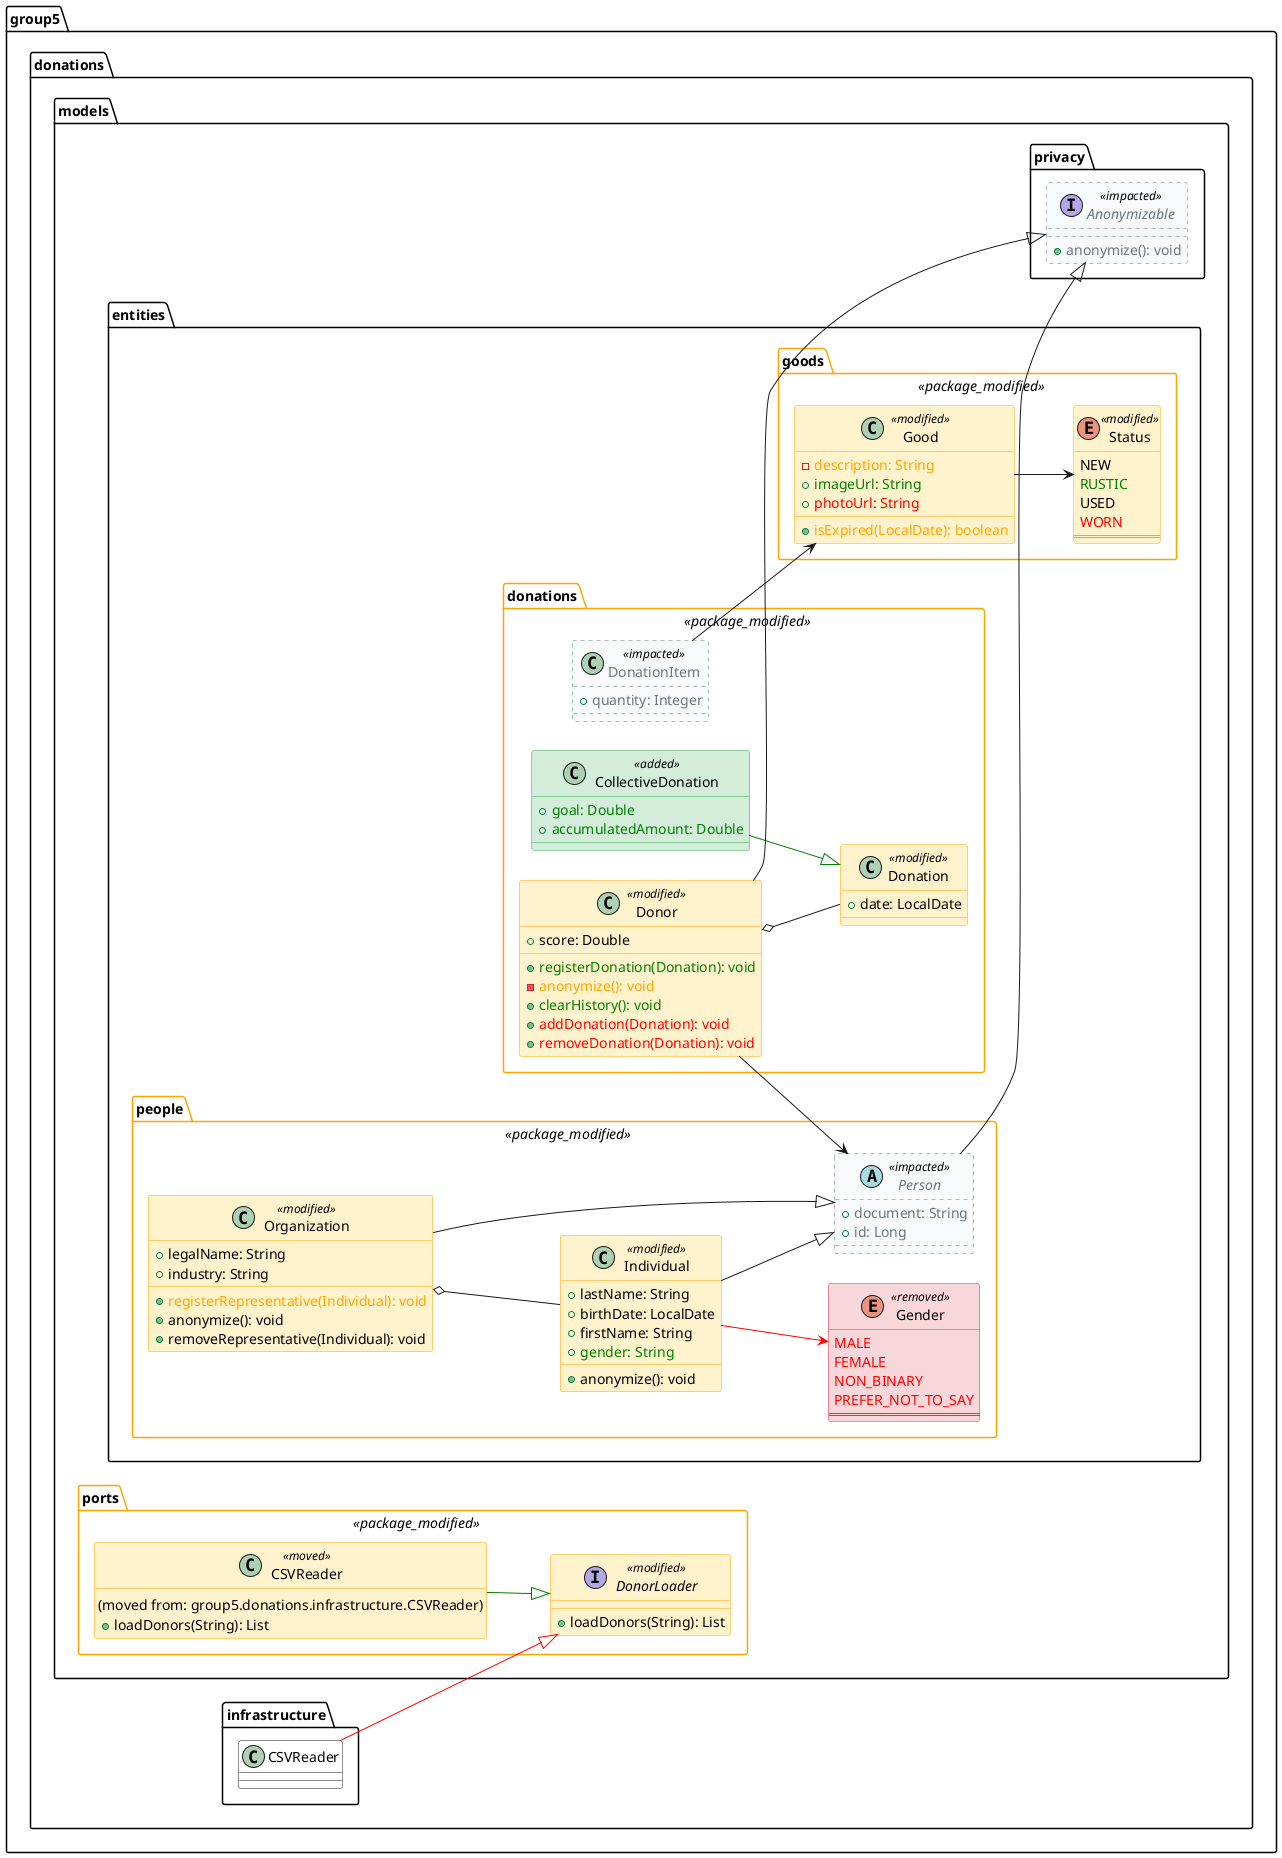
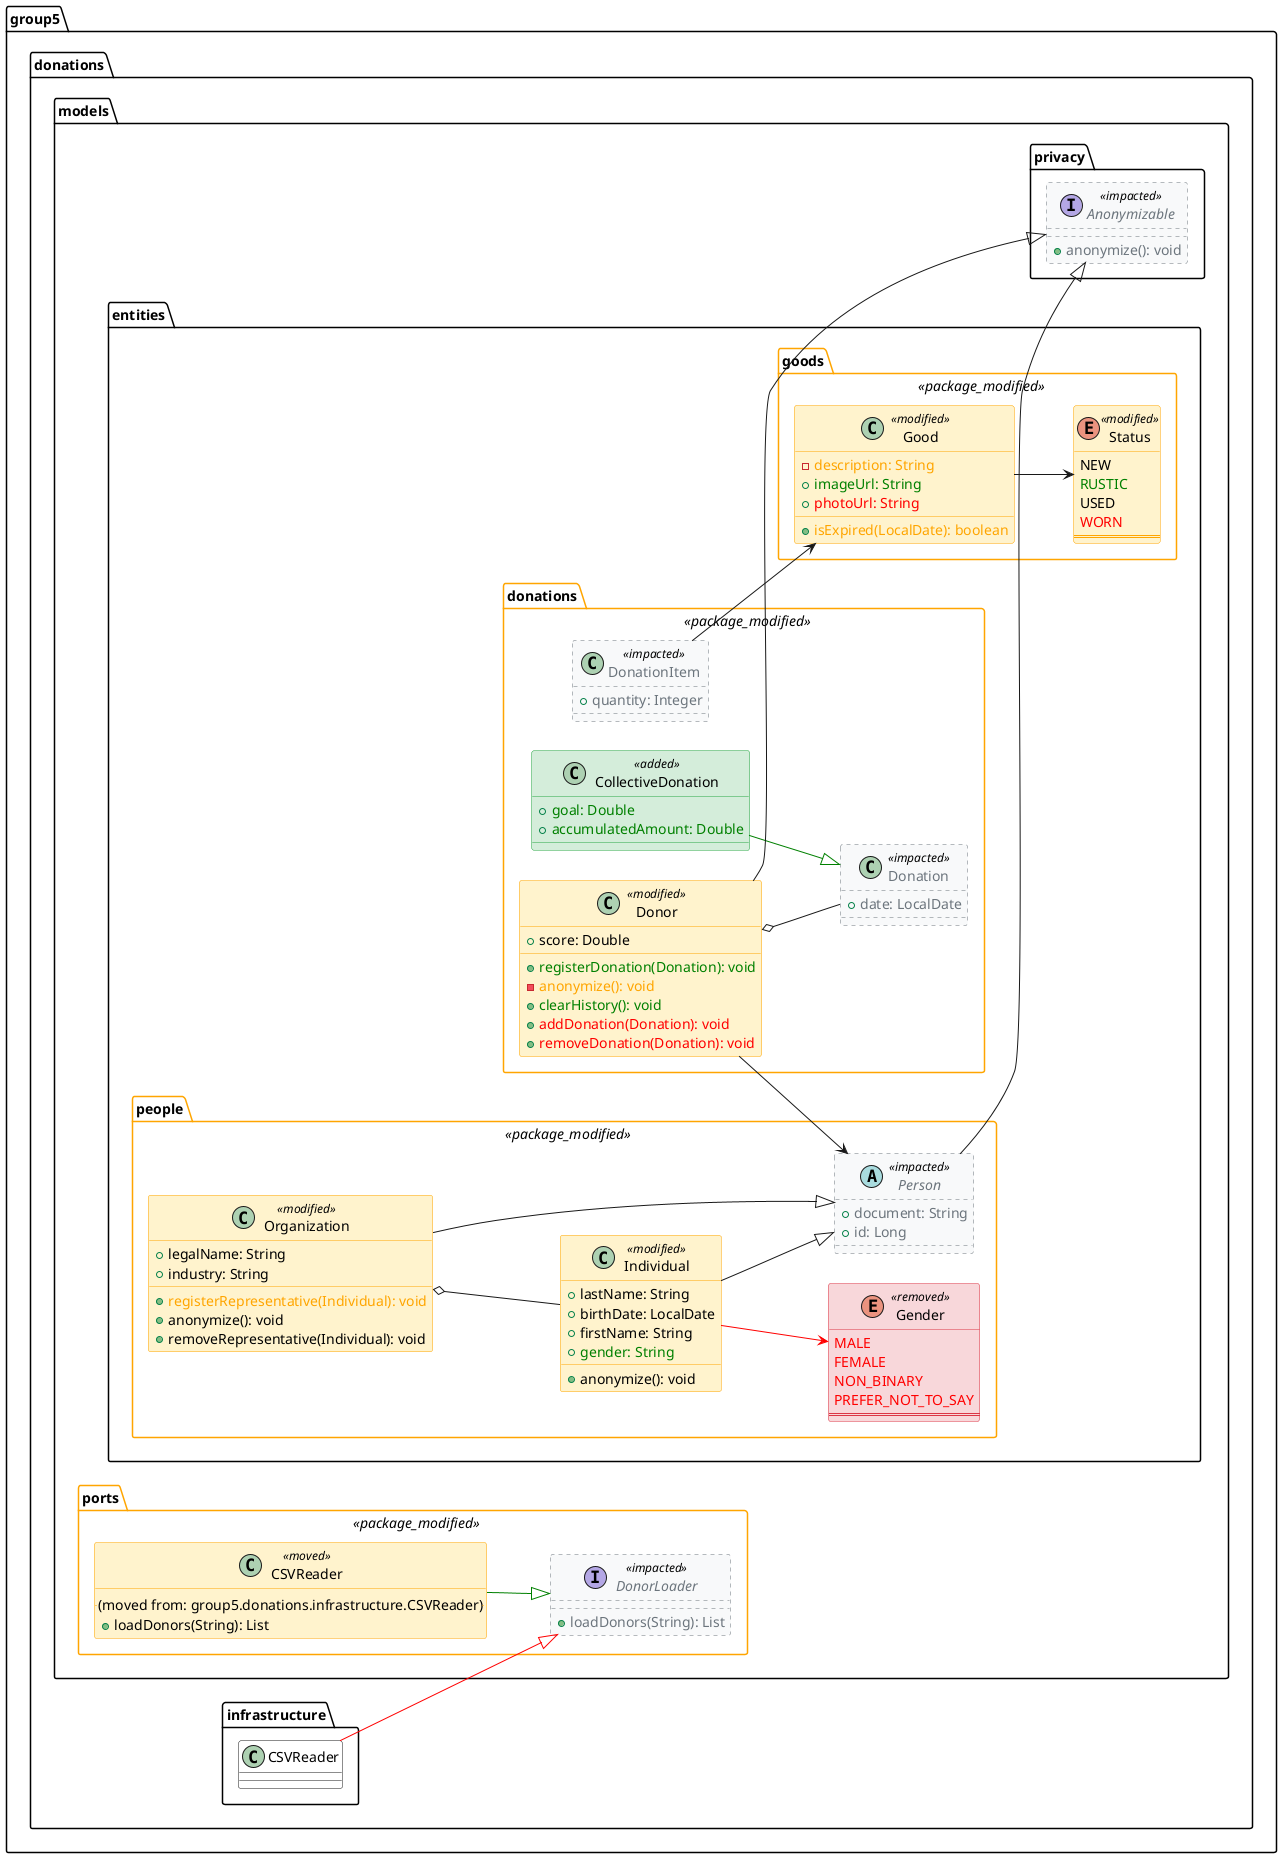
@startuml
left to right direction
skinparam linetype poly
skinparam nodesep 30
skinparam ranksep 30
skinparam packagePadding 8

<style>
  classDiagram {
    class {
      BackgroundColor transparent
      HeaderBackgroundColor transparent
      Shadowing 0
      FontName Arial
    }
    .added {
      BackgroundColor #D4EDDA
      LineColor #28A745
    }
    .removed {
      BackgroundColor #F8D7DA
      LineColor #DC3545
    }
    .modified {
      BackgroundColor #FFF3CD
      LineColor #FFA500
    }
    .moved {
      BackgroundColor #FFF3CD
      LineColor #FFA500
    }
    .impacted {
      BackgroundColor #F8F9FA
      LineColor #6C757D
      LineStyle 4
      FontColor #6C757D
    }
    .package_added {
      BackgroundColor #E8F5E9
      LineColor #28A745
    }
    .package_removed {
      BackgroundColor #FFEBEE
      LineColor #DC3545
    }
    .package_modified {
      BackgroundColor transparent
      LineColor #FFA500
    }
  }
</style>

package "group5.donations.models.entities.donations" <<package_modified>> {
class "CollectiveDonation" as group5.donations.models.entities.donations.CollectiveDonation <<added>> {
  + <color:green>goal: Double</color>
  + <color:green>accumulatedAmount: Double</color>
}
- class "Donation" as group5.donations.models.entities.donations.Donation <<modified>> {
+ class "Donation" as group5.donations.models.entities.donations.Donation <<impacted>> {
  + date: LocalDate
}
class "DonationItem" as group5.donations.models.entities.donations.DonationItem <<impacted>> {
  + quantity: Integer
}
class "Donor" as group5.donations.models.entities.donations.Donor <<modified>> {
  + score: Double
  + <color:green>registerDonation(Donation): void</color>
  - <color:orange>anonymize(): void</color>
  + <color:green>clearHistory(): void</color>
  + <color:red>addDonation(Donation): void</color>
  + <color:red>removeDonation(Donation): void</color>
}
}

package "group5.donations.models.entities.goods" <<package_modified>> {
class "Good" as group5.donations.models.entities.goods.Good <<modified>> {
  - <color:orange>description: String</color>
  + <color:green>imageUrl: String</color>
  + <color:red>photoUrl: String</color>
  + <color:orange>isExpired(LocalDate): boolean</color>
}
enum "Status" as group5.donations.models.entities.goods.Status <<modified>> {
  NEW
  <color:green>RUSTIC</color>
  USED
  <color:red>WORN</color>
  ==
}
}

package "group5.donations.models.entities.people" <<package_modified>> {
enum "Gender" as group5.donations.models.entities.people.Gender <<removed>> {
  <color:red>MALE</color>
  <color:red>FEMALE</color>
  <color:red>NON_BINARY</color>
  <color:red>PREFER_NOT_TO_SAY</color>
  ==
}
class "Individual" as group5.donations.models.entities.people.Individual <<modified>> {
  + lastName: String
  + birthDate: LocalDate
  + firstName: String
  + <color:green>gender: String</color>
  + anonymize(): void
}
class "Organization" as group5.donations.models.entities.people.Organization <<modified>> {
  + legalName: String
  + industry: String
  + <color:orange>registerRepresentative(Individual): void</color>
  + anonymize(): void
  + removeRepresentative(Individual): void
}
abstract class "Person" as group5.donations.models.entities.people.Person <<impacted>> {
  + document: String
  + id: Long
}
}

package "group5.donations.models.ports" <<package_modified>> {
class "CSVReader" as group5.donations.models.ports.CSVReader <<moved>> {
  .. (moved from: group5.donations.infrastructure.CSVReader) ..
  + loadDonors(String): List
}
- interface "DonorLoader" as group5.donations.models.ports.DonorLoader <<modified>> {
+ interface "DonorLoader" as group5.donations.models.ports.DonorLoader <<impacted>> {
  + loadDonors(String): List
}
}

package "group5.donations.models.privacy" {
interface "Anonymizable" as group5.donations.models.privacy.Anonymizable <<impacted>> {
  + anonymize(): void
}
}

group5.donations.infrastructure.CSVReader -[#red]-|> group5.donations.models.ports.DonorLoader
group5.donations.models.entities.donations.CollectiveDonation -[#green]-|> group5.donations.models.entities.donations.Donation
group5.donations.models.entities.donations.DonationItem --> group5.donations.models.entities.goods.Good
group5.donations.models.entities.donations.Donor o-- group5.donations.models.entities.donations.Donation
group5.donations.models.entities.donations.Donor --> group5.donations.models.entities.people.Person
group5.donations.models.entities.donations.Donor --|> group5.donations.models.privacy.Anonymizable
group5.donations.models.entities.goods.Good --> group5.donations.models.entities.goods.Status
group5.donations.models.entities.people.Individual -[#red]-> group5.donations.models.entities.people.Gender
group5.donations.models.entities.people.Individual --|> group5.donations.models.entities.people.Person
group5.donations.models.entities.people.Organization o-- group5.donations.models.entities.people.Individual
group5.donations.models.entities.people.Organization --|> group5.donations.models.entities.people.Person
group5.donations.models.entities.people.Person --|> group5.donations.models.privacy.Anonymizable
group5.donations.models.ports.CSVReader -[#green]-|> group5.donations.models.ports.DonorLoader
@enduml